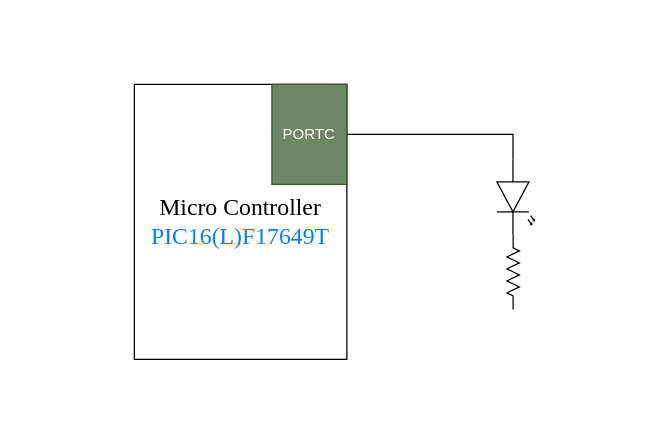
Earlier version of the draw.io diagram page "Page-4" (4 of 5) of Untitled Diagram.drawio (francis-job/BLOCK_DIAGRAMS). Source tidied: cells renumbered, new cells numbered last; positions are measured from the earlier drawing's top-left corner, leaving out a move shared by most shapes. Both pictures are drawn from the tidied source at 125%, with x=0, y=0 at pixel (134, 84).
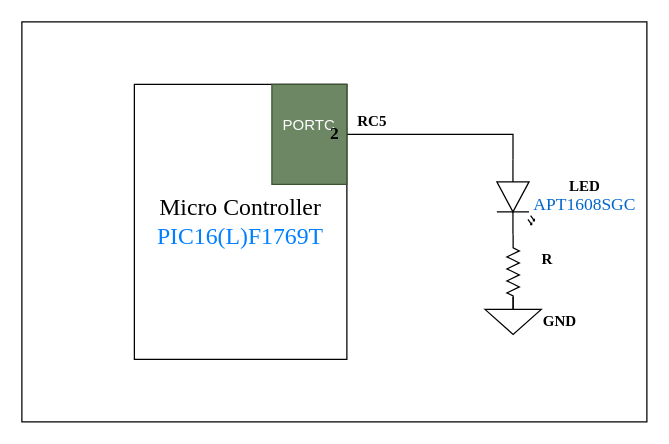
The same page after the edit.

Change to the diagram source:
```diff
@@
 <mxGraphModel>
   <root>
     <mxCell id="0" />
     <mxCell id="1" parent="0" />
+    <mxCell id="7" style="rounded=0;whiteSpace=wrap;html=1;" parent="1" vertex="1">
+      <mxGeometry x="-90" y="-50" width="500" height="320" as="geometry" />
+    </mxCell>
-    <mxCell id="2" value="&lt;span style=&quot;font-family: &amp;#34;times new roman&amp;#34; ; font-size: 19px&quot;&gt;Micro Controller&lt;/span&gt;&lt;br style=&quot;font-family: &amp;#34;times new roman&amp;#34; ; font-size: 19px&quot;&gt;&lt;font color=&quot;#007fff&quot; style=&quot;font-family: &amp;#34;times new roman&amp;#34; ; font-size: 19px&quot;&gt;PIC16(L)F17649T&lt;/font&gt;" style="rounded=0;whiteSpace=wrap;html=1;" parent="1" vertex="1">
+    <mxCell id="2" value="&lt;span style=&quot;font-family: &amp;#34;times new roman&amp;#34; ; font-size: 19px&quot;&gt;Micro Controller&lt;/span&gt;&lt;br style=&quot;font-family: &amp;#34;times new roman&amp;#34; ; font-size: 19px&quot;&gt;&lt;font color=&quot;#007fff&quot; style=&quot;font-family: &amp;#34;times new roman&amp;#34; ; font-size: 19px&quot;&gt;PIC16(L)F1769T&lt;/font&gt;" style="rounded=0;whiteSpace=wrap;html=1;" parent="1" vertex="1">
       <mxGeometry width="170" height="220" as="geometry" />
     </mxCell>
     <mxCell id="3" style="edgeStyle=orthogonalEdgeStyle;rounded=0;jettySize=auto;html=1;exitX=1;exitY=0.5;exitDx=0;exitDy=0;entryX=0;entryY=0.57;entryDx=0;entryDy=0;entryPerimeter=0;endArrow=none;endFill=0;strokeWidth=1;" parent="1" edge="1" source="4" target="5">
       <mxGeometry relative="1" as="geometry" />
     </mxCell>
-    <mxCell id="4" value="PORTC" style="rounded=0;whiteSpace=wrap;html=1;fillColor=#6d8764;strokeColor=#3A5431;fontColor=#ffffff;" parent="1" vertex="1">
+    <mxCell id="4" value="PORTC&lt;br&gt;&lt;br&gt;" style="rounded=0;whiteSpace=wrap;html=1;fillColor=#6d8764;strokeColor=#3A5431;fontColor=#ffffff;" parent="1" vertex="1">
       <mxGeometry x="110" width="60" height="80" as="geometry" />
     </mxCell>
     <mxCell id="5" style="verticalLabelPosition=bottom;shadow=0;dashed=0;align=center;html=1;verticalAlign=top;shape=mxgraph.electrical.opto_electronics.led_2;direction=south;" parent="1" vertex="1">
       <mxGeometry x="290" y="60" width="30" height="60" as="geometry" />
     </mxCell>
     <mxCell id="6" style="verticalLabelPosition=bottom;shadow=0;dashed=0;align=center;html=1;verticalAlign=top;shape=mxgraph.electrical.resistors.resistor_2;direction=south;" parent="1" vertex="1">
       <mxGeometry x="298" y="120" width="10" height="60" as="geometry" />
     </mxCell>
+    <mxCell id="8" style="verticalLabelPosition=bottom;shadow=0;dashed=0;align=center;html=1;verticalAlign=top;shape=mxgraph.electrical.signal_sources.signal_ground;" parent="1" vertex="1">
+      <mxGeometry x="280.5" y="170" width="45" height="30" as="geometry" />
+    </mxCell>
+    <mxCell id="9" value="&lt;font face=&quot;Times New Roman&quot;&gt;&lt;b&gt;R&lt;/b&gt;&lt;/font&gt;" style="text;html=1;align=center;verticalAlign=middle;" parent="1" vertex="1">
+      <mxGeometry x="320" y="130" width="20" height="20" as="geometry" />
+    </mxCell>
+    <mxCell id="10" value="&lt;b&gt;&lt;font face=&quot;Times New Roman&quot;&gt;GND&lt;/font&gt;&lt;/b&gt;" style="text;html=1;align=center;verticalAlign=middle;" parent="1" vertex="1">
+      <mxGeometry x="320" y="180" width="40" height="20" as="geometry" />
+    </mxCell>
+    <mxCell id="11" value="&lt;font face=&quot;Times New Roman&quot;&gt;&lt;b&gt;LED&lt;br&gt;&lt;/b&gt;&lt;/font&gt;&lt;span style=&quot;color: rgb(0 , 102 , 204) ; font-family: &amp;#34;times new roman&amp;#34; ; font-size: 14px&quot;&gt;APT1608SGC&lt;/span&gt;&lt;font face=&quot;Times New Roman&quot;&gt;&lt;b&gt;&lt;br&gt;&lt;/b&gt;&lt;/font&gt;" style="text;html=1;align=center;verticalAlign=middle;" parent="1" vertex="1">
+      <mxGeometry x="310" y="75" width="100" height="30" as="geometry" />
+    </mxCell>
+    <mxCell id="12" value="&lt;font face=&quot;Times New Roman&quot; size=&quot;1&quot;&gt;&lt;b style=&quot;font-size: 14px&quot;&gt;2&lt;/b&gt;&lt;/font&gt;" style="text;html=1;align=center;verticalAlign=middle;" parent="1" vertex="1">
+      <mxGeometry x="150" y="30" width="20" height="20" as="geometry" />
+    </mxCell>
+    <mxCell id="13" value="&lt;font face=&quot;Times New Roman&quot;&gt;&lt;b&gt;RC5&lt;/b&gt;&lt;/font&gt;" style="text;html=1;align=center;verticalAlign=middle;" parent="1" vertex="1">
+      <mxGeometry x="170" y="20" width="40" height="20" as="geometry" />
+    </mxCell>
   </root>
 </mxGraphModel>
```
